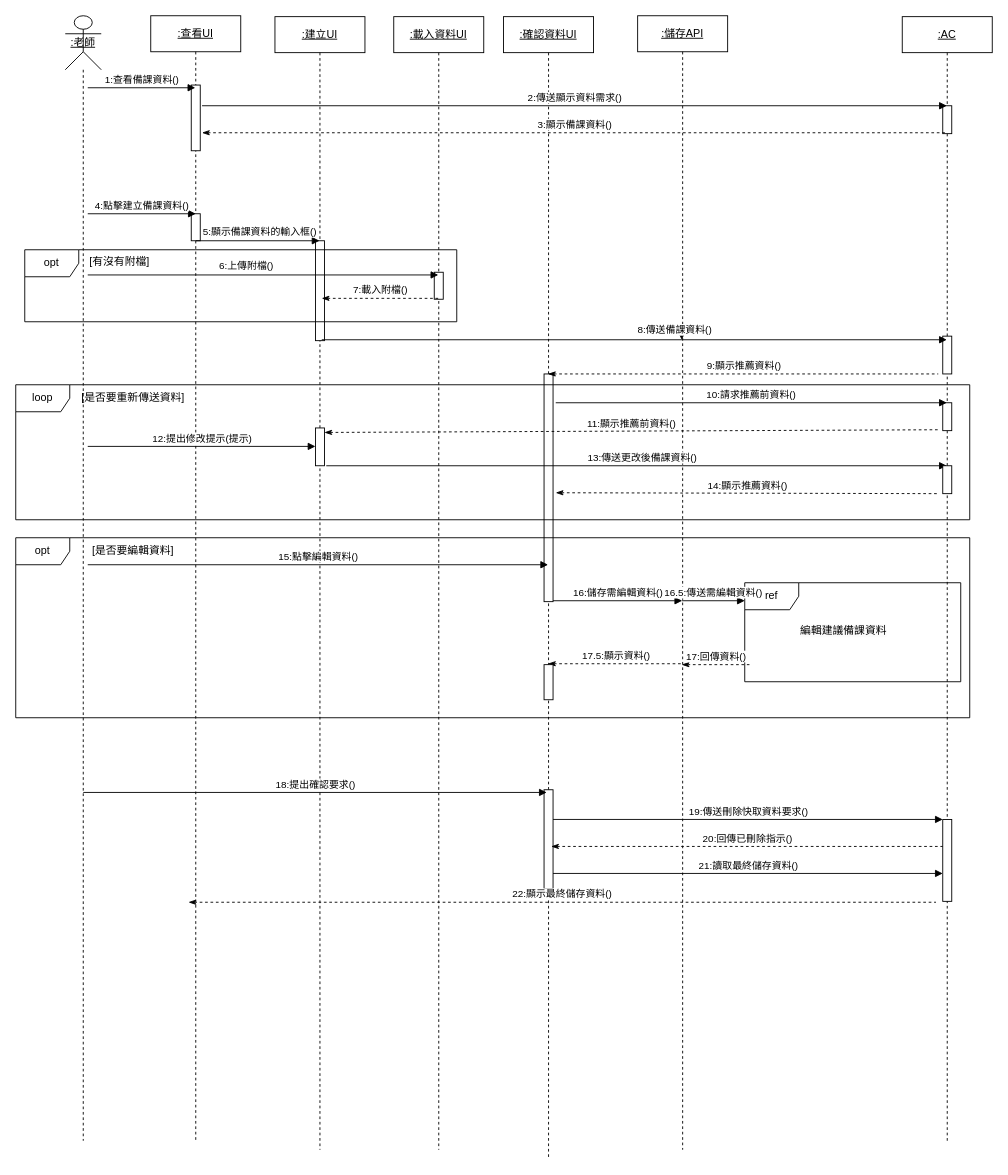
Before: 循序圖(建立備課資料-UI)-new.drawio in Kevincheng0804/System-analysis, a draw.io diagram. Source tidied: cells renumbered, new cells numbered last; positions are measured from the earlier drawing's top-left corner, leaving out a move shared by most shapes. Both pictures are drawn from the tidied source at 90%, with x=0, y=0 at pixel (15, 15).
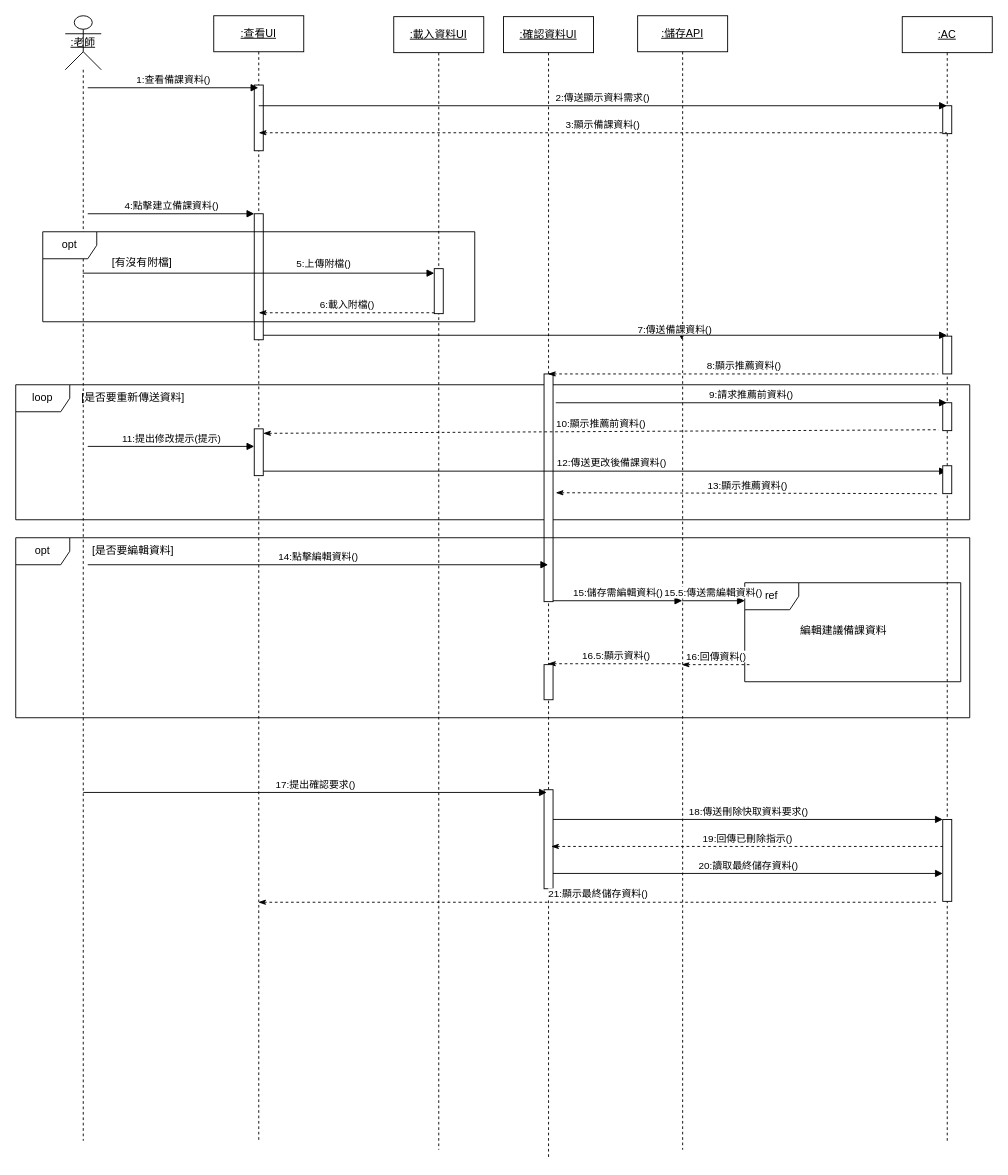
Above is the later version.

Unchanged cells that the change refers to:
```xml
<mxCell id="2" value="&lt;u&gt;:老師&lt;/u&gt;" style="shape=umlLifeline;perimeter=lifelinePerimeter;whiteSpace=wrap;html=1;outlineConnect=0;portConstraint=eastwest;newEdgeStyle={&quot;curved&quot;:0,&quot;rounded&quot;:0};participant=umlActor;size=60;" parent="1" vertex="1">
  <mxGeometry x="55" width="40" height="1250" as="geometry" />
</mxCell>
<mxCell id="8" value="&lt;u&gt;:確認資料UI&lt;/u&gt;" style="shape=umlLifeline;perimeter=lifelinePerimeter;whiteSpace=wrap;html=1;outlineConnect=0;portConstraint=eastwest;newEdgeStyle={&quot;curved&quot;:0,&quot;rounded&quot;:0};" parent="1" vertex="1">
  <mxGeometry x="542" y="1" width="100" height="1269" as="geometry" />
</mxCell>
<mxCell id="11" value="&lt;u&gt;:儲存API&lt;/u&gt;" style="shape=umlLifeline;perimeter=lifelinePerimeter;whiteSpace=wrap;html=1;outlineConnect=0;portConstraint=eastwest;newEdgeStyle={&quot;curved&quot;:0,&quot;rounded&quot;:0};" parent="1" vertex="1">
  <mxGeometry x="691" width="100" height="1260" as="geometry" />
</mxCell>
<mxCell id="12" value="&lt;u&gt;:AC&lt;/u&gt;" style="shape=umlLifeline;perimeter=lifelinePerimeter;whiteSpace=wrap;html=1;outlineConnect=0;portConstraint=eastwest;newEdgeStyle={&quot;curved&quot;:0,&quot;rounded&quot;:0};" parent="1" vertex="1">
  <mxGeometry x="985" y="1" width="100" height="1249" as="geometry" />
</mxCell>
<mxCell id="22" value="&lt;u&gt;:載入資料UI&lt;/u&gt;" style="shape=umlLifeline;perimeter=lifelinePerimeter;whiteSpace=wrap;html=1;outlineConnect=0;portConstraint=eastwest;newEdgeStyle={&quot;curved&quot;:0,&quot;rounded&quot;:0};" parent="1" vertex="1">
  <mxGeometry x="420" y="1" width="100" height="1259" as="geometry" />
</mxCell>
<mxCell id="29" style="html=1;verticalAlign=bottom;endArrow=block;curved=0;rounded=0;" parent="1" edge="1">
  <mxGeometry relative="1" as="geometry">
    <mxPoint x="740" y="356" as="sourcePoint" />
    <mxPoint x="740" y="360" as="targetPoint" />
  </mxGeometry>
</mxCell>
<mxCell id="48" style="html=1;points=[[0,0,0,0,5],[0,1,0,0,-5],[1,0,0,0,5],[1,1,0,0,-5]];perimeter=orthogonalPerimeter;outlineConnect=0;targetShapes=umlLifeline;portConstraint=eastwest;newEdgeStyle={&quot;curved&quot;:0,&quot;rounded&quot;:0};" parent="1" vertex="1">
  <mxGeometry x="1030" y="893" width="10" height="91" as="geometry" />
</mxCell>
```

The edit, as a diff of the source:
```diff
@@
+    <mxCell id="32" value="loop" style="shape=umlFrame;whiteSpace=wrap;html=1;" parent="1" vertex="1">
+      <mxGeometry y="410" width="1060" height="150" as="geometry" />
+    </mxCell>
@@
     <mxCell id="3" value="&lt;u&gt;:查看UI&lt;/u&gt;" style="shape=umlLifeline;perimeter=lifelinePerimeter;whiteSpace=wrap;html=1;outlineConnect=0;portConstraint=eastwest;newEdgeStyle={&quot;curved&quot;:0,&quot;rounded&quot;:0};" parent="1" vertex="1">
-      <mxGeometry x="150" width="100" height="1250" as="geometry" />
+      <mxGeometry x="220" width="100" height="1250" as="geometry" />
     </mxCell>
@@
     <mxCell id="5" style="html=1;points=[[0,0,0,0,5],[0,1,0,0,-5],[1,0,0,0,5],[1,1,0,0,-5]];perimeter=orthogonalPerimeter;outlineConnect=0;targetShapes=umlLifeline;portConstraint=eastwest;newEdgeStyle={&quot;curved&quot;:0,&quot;rounded&quot;:0};" parent="3" vertex="1">
-      <mxGeometry x="45" y="220" width="10" height="30" as="geometry" />
+      <mxGeometry x="45" y="220" width="10" height="140" as="geometry" />
     </mxCell>
-    <mxCell id="6" value="&lt;u&gt;:建立UI&lt;/u&gt;" style="shape=umlLifeline;perimeter=lifelinePerimeter;whiteSpace=wrap;html=1;newEdgeStyle={&quot;curved&quot;:0,&quot;rounded&quot;:0};" parent="1" vertex="1">
-      <mxGeometry x="288" y="1" width="100" height="1259" as="geometry" />
-    </mxCell>
-    <mxCell id="7" style="html=1;perimeter=orthogonalPerimeter;targetShapes=umlLifeline;newEdgeStyle={&quot;curved&quot;:0,&quot;rounded&quot;:0};" parent="6" vertex="1">
-      <mxGeometry x="45" y="249" width="10" height="111" as="geometry" />
-    </mxCell>
@@
     <mxCell id="17" value="2:傳送顯示資料需求()" style="html=1;verticalAlign=bottom;endArrow=block;curved=0;rounded=0;" parent="1" edge="1" target="12">
       <mxGeometry relative="1" as="geometry">
-        <mxPoint x="207" y="100" as="sourcePoint" />
+        <mxPoint x="270" y="100" as="sourcePoint" />
       </mxGeometry>
     </mxCell>
     <mxCell id="18" value="3:顯示備課資料()" style="html=1;verticalAlign=bottom;endArrow=none;curved=0;rounded=0;startArrow=classicThin;startFill=1;endFill=0;dashed=1;" parent="1" edge="1" target="12">
       <mxGeometry relative="1" as="geometry">
-        <mxPoint x="207" y="130" as="sourcePoint" />
+        <mxPoint x="270" y="130" as="sourcePoint" />
       </mxGeometry>
     </mxCell>
-    <mxCell id="19" value="4:點擊建立備課資料()" style="html=1;verticalAlign=bottom;endArrow=block;curved=0;rounded=0;" parent="1" edge="1">
+    <mxCell id="19" value="4:點擊建立備課資料()" style="html=1;verticalAlign=bottom;endArrow=block;curved=0;rounded=0;" parent="1" edge="1" target="5">
       <mxGeometry relative="1" as="geometry">
         <mxPoint x="80" y="220" as="sourcePoint" />
-        <mxPoint x="200" y="220" as="targetPoint" />
       </mxGeometry>
     </mxCell>
-    <mxCell id="20" style="html=1;verticalAlign=bottom;endArrow=block;curved=0;rounded=0;" parent="1" edge="1">
-      <mxGeometry relative="1" as="geometry">
-        <mxPoint x="200" y="250" as="sourcePoint" />
-        <mxPoint x="337.5" y="250" as="targetPoint" />
-      </mxGeometry>
-    </mxCell>
-    <mxCell id="21" value="5:顯示備課資料的輸入框()" style="edgeLabel;html=1;align=center;verticalAlign=middle;" parent="20" vertex="1">
-      <mxGeometry x="-0.24" y="1" relative="1" as="geometry">
-        <mxPoint x="18" y="-10" as="offset" />
-      </mxGeometry>
-    </mxCell>
@@
     <mxCell id="23" style="html=1;points=[[0,0,0,0,5],[0,1,0,0,-5],[1,0,0,0,5],[1,1,0,0,-5]];perimeter=orthogonalPerimeter;outlineConnect=0;targetShapes=umlLifeline;portConstraint=eastwest;newEdgeStyle={&quot;curved&quot;:0,&quot;rounded&quot;:0};" parent="22" vertex="1">
-      <mxGeometry x="45" y="284" width="10" height="30" as="geometry" />
+      <mxGeometry x="45" y="280" width="10" height="50" as="geometry" />
     </mxCell>
     <mxCell id="24" value="opt" style="shape=umlFrame;whiteSpace=wrap;html=1;" parent="1" vertex="1">
-      <mxGeometry x="10" y="260" width="480" height="80" as="geometry" />
+      <mxGeometry x="30" y="240" width="480" height="100" as="geometry" />
     </mxCell>
     <mxCell id="25" value="[有沒有附檔]" style="text;html=1;align=center;verticalAlign=middle;strokeColor=none;fillColor=none;" parent="1" vertex="1">
-      <mxGeometry x="70" y="258" width="90" height="30" as="geometry" />
+      <mxGeometry x="95" y="260" width="90" height="30" as="geometry" />
     </mxCell>
-    <mxCell id="26" value="&lt;div&gt;&lt;br&gt;&lt;/div&gt;&lt;div&gt;&lt;br&gt;&lt;/div&gt;" style="html=1;verticalAlign=bottom;endArrow=block;curved=0;rounded=0;" parent="1" edge="1" target="22">
-      <mxGeometry relative="1" as="geometry">
-        <mxPoint x="80" y="288" as="sourcePoint" />
-      </mxGeometry>
+    <mxCell id="26" value="&lt;div&gt;&lt;br&gt;&lt;/div&gt;&lt;div&gt;&lt;br&gt;&lt;/div&gt;" style="html=1;verticalAlign=bottom;endArrow=block;curved=0;rounded=0;entryX=0;entryY=0;entryDx=0;entryDy=5;entryPerimeter=0;" parent="1" edge="1" source="2" target="23">
+      <mxGeometry relative="1" as="geometry" />
     </mxCell>
-    <mxCell id="27" value="6:上傳附檔()" style="edgeLabel;html=1;align=center;verticalAlign=middle;" parent="26" vertex="1">
+    <mxCell id="27" value="5:上傳附檔()" style="edgeLabel;html=1;align=center;verticalAlign=middle;" parent="26" vertex="1">
       <mxGeometry x="-0.1" y="3" relative="1" as="geometry">
-        <mxPoint y="-8" as="offset" />
+        <mxPoint x="91" y="-8" as="offset" />
       </mxGeometry>
     </mxCell>
-    <mxCell id="28" value="7:載入附檔()" style="html=1;verticalAlign=bottom;endArrow=none;curved=0;rounded=0;startArrow=classicThin;startFill=1;endFill=0;dashed=1;" parent="1" edge="1">
-      <mxGeometry relative="1" as="geometry">
-        <mxPoint x="340" y="314" as="sourcePoint" />
-        <mxPoint x="470" y="314" as="targetPoint" />
-      </mxGeometry>
-    </mxCell>
@@
-    <mxCell id="30" value="8:傳送備課資料()" style="edgeLabel;html=1;align=center;verticalAlign=middle;" parent="29" vertex="1">
+    <mxCell id="30" value="7:傳送備課資料()" style="edgeLabel;html=1;align=center;verticalAlign=middle;" parent="29" vertex="1">
       <mxGeometry x="0.04" relative="1" as="geometry">
         <mxPoint x="-9" y="-10" as="offset" />
       </mxGeometry>
     </mxCell>
-    <mxCell id="31" value="9:顯示推薦資料()" style="html=1;verticalAlign=bottom;endArrow=none;curved=0;rounded=0;startArrow=classicThin;startFill=1;endFill=0;dashed=1;" parent="1" edge="1" source="8">
+    <mxCell id="31" value="8:顯示推薦資料()" style="html=1;verticalAlign=bottom;endArrow=none;curved=0;rounded=0;startArrow=classicThin;startFill=1;endFill=0;dashed=1;" parent="1" edge="1" source="8">
       <mxGeometry relative="1" as="geometry">
         <mxPoint x="1025" y="398" as="targetPoint" />
       </mxGeometry>
     </mxCell>
-    <mxCell id="32" value="loop" style="shape=umlFrame;whiteSpace=wrap;html=1;" parent="1" vertex="1">
-      <mxGeometry y="410" width="1060" height="150" as="geometry" />
-    </mxCell>
-    <mxCell id="33" value="10:請求推薦前資料()" style="html=1;verticalAlign=bottom;endArrow=block;curved=0;rounded=0;" parent="1" edge="1" target="12">
+    <mxCell id="33" value="9:請求推薦前資料()" style="html=1;verticalAlign=bottom;endArrow=block;curved=0;rounded=0;" parent="1" edge="1" target="12">
       <mxGeometry relative="1" as="geometry">
         <mxPoint x="600" y="430" as="sourcePoint" />
       </mxGeometry>
     </mxCell>
-    <mxCell id="34" value="11:顯示推薦前資料()" style="html=1;verticalAlign=bottom;endArrow=none;curved=0;rounded=0;startArrow=classicThin;startFill=1;endFill=0;dashed=1;exitX=1;exitY=0;exitDx=0;exitDy=5;exitPerimeter=0;" parent="1" edge="1" source="35">
+    <mxCell id="34" value="10:顯示推薦前資料()" style="html=1;verticalAlign=bottom;endArrow=none;curved=0;rounded=0;startArrow=classicThin;startFill=1;endFill=0;dashed=1;exitX=1;exitY=0;exitDx=0;exitDy=5;exitPerimeter=0;" parent="1" edge="1" source="35">
       <mxGeometry relative="1" as="geometry">
         <mxPoint x="1025.5" y="460" as="targetPoint" />
       </mxGeometry>
     </mxCell>
     <mxCell id="35" style="html=1;points=[[0,0,0,0,5],[0,1,0,0,-5],[1,0,0,0,5],[1,1,0,0,-5]];perimeter=orthogonalPerimeter;outlineConnect=0;targetShapes=umlLifeline;portConstraint=eastwest;newEdgeStyle={&quot;curved&quot;:0,&quot;rounded&quot;:0};" parent="1" vertex="1">
-      <mxGeometry x="333" y="458" width="10" height="42" as="geometry" />
+      <mxGeometry x="265" y="459" width="10" height="52" as="geometry" />
     </mxCell>
-    <mxCell id="36" style="html=1;verticalAlign=bottom;endArrow=block;curved=0;rounded=0;" parent="1" edge="1" target="12">
-      <mxGeometry relative="1" as="geometry">
-        <mxPoint x="345" y="500" as="sourcePoint" />
-      </mxGeometry>
+    <mxCell id="36" style="html=1;verticalAlign=bottom;endArrow=block;curved=0;rounded=0;exitX=1;exitY=1;exitDx=0;exitDy=-5;exitPerimeter=0;" parent="1" edge="1" source="35" target="12">
+      <mxGeometry relative="1" as="geometry" />
     </mxCell>
-    <mxCell id="37" value="13:傳送更改後備課資料()" style="edgeLabel;html=1;align=center;verticalAlign=middle;" parent="36" vertex="1">
+    <mxCell id="37" value="12:傳送更改後備課資料()" style="edgeLabel;html=1;align=center;verticalAlign=middle;" parent="36" vertex="1">
       <mxGeometry x="0.04" relative="1" as="geometry">
         <mxPoint x="-9" y="-10" as="offset" />
       </mxGeometry>
     </mxCell>
@@
-    <mxCell id="39" value="12:提出修改提示(提示)" style="html=1;verticalAlign=bottom;endArrow=block;curved=0;rounded=0;" parent="1" edge="1" target="35">
+    <mxCell id="39" value="11:提出修改提示(提示)" style="html=1;verticalAlign=bottom;endArrow=block;curved=0;rounded=0;" parent="1" edge="1" target="35">
       <mxGeometry relative="1" as="geometry">
         <mxPoint x="80" y="478.5" as="sourcePoint" />
       </mxGeometry>
     </mxCell>
@@
-    <mxCell id="41" value="14:顯示推薦資料()" style="html=1;verticalAlign=bottom;endArrow=none;curved=0;rounded=0;startArrow=classicThin;startFill=1;endFill=0;dashed=1;" parent="1" edge="1">
+    <mxCell id="41" value="13:顯示推薦資料()" style="html=1;verticalAlign=bottom;endArrow=none;curved=0;rounded=0;startArrow=classicThin;startFill=1;endFill=0;dashed=1;" parent="1" edge="1">
       <mxGeometry relative="1" as="geometry">
         <mxPoint x="600" y="530" as="sourcePoint" />
         <mxPoint x="1025.5" y="531" as="targetPoint" />
       </mxGeometry>
     </mxCell>
@@
-    <mxCell id="44" style="html=1;verticalAlign=bottom;endArrow=block;curved=0;rounded=0;" parent="1" edge="1" target="12">
-      <mxGeometry relative="1" as="geometry">
-        <mxPoint x="340" y="360" as="sourcePoint" />
-      </mxGeometry>
+    <mxCell id="44" style="html=1;verticalAlign=bottom;endArrow=block;curved=0;rounded=0;exitX=1;exitY=1;exitDx=0;exitDy=-5;exitPerimeter=0;" parent="1" edge="1" source="5" target="12">
+      <mxGeometry relative="1" as="geometry" />
     </mxCell>
-    <mxCell id="45" value="15:點擊編輯資料()" style="html=1;verticalAlign=bottom;endArrow=block;curved=0;rounded=0;" parent="1" edge="1">
+    <mxCell id="45" value="14:點擊編輯資料()" style="html=1;verticalAlign=bottom;endArrow=block;curved=0;rounded=0;" parent="1" edge="1">
       <mxGeometry relative="1" as="geometry">
         <mxPoint x="80" y="610" as="sourcePoint" />
         <mxPoint x="591.5" y="610" as="targetPoint" />
       </mxGeometry>
     </mxCell>
-    <mxCell id="46" value="17.5:顯示資料()" style="html=1;verticalAlign=bottom;endArrow=none;curved=0;rounded=0;startArrow=classicThin;startFill=1;endFill=0;dashed=1;" parent="1" edge="1" target="11">
+    <mxCell id="46" value="16.5:顯示資料()" style="html=1;verticalAlign=bottom;endArrow=none;curved=0;rounded=0;startArrow=classicThin;startFill=1;endFill=0;dashed=1;" parent="1" edge="1" target="11">
       <mxGeometry relative="1" as="geometry">
         <mxPoint x="591.5" y="720" as="sourcePoint" />
       </mxGeometry>
     </mxCell>
@@
-    <mxCell id="49" value="16:儲存需編輯資料()" style="html=1;verticalAlign=bottom;endArrow=block;curved=0;rounded=0;" parent="1" edge="1" target="11">
+    <mxCell id="49" value="15:儲存需編輯資料()" style="html=1;verticalAlign=bottom;endArrow=block;curved=0;rounded=0;" parent="1" edge="1" target="11">
       <mxGeometry relative="1" as="geometry">
         <mxPoint x="597" y="650" as="sourcePoint" />
       </mxGeometry>
     </mxCell>
-    <mxCell id="50" value="20:回傳已刪除指示()" style="html=1;verticalAlign=bottom;endArrow=none;curved=0;rounded=0;startArrow=classicThin;startFill=1;endFill=0;dashed=1;" parent="1" edge="1">
+    <mxCell id="50" value="19:回傳已刪除指示()" style="html=1;verticalAlign=bottom;endArrow=none;curved=0;rounded=0;startArrow=classicThin;startFill=1;endFill=0;dashed=1;" parent="1" edge="1">
       <mxGeometry relative="1" as="geometry">
         <mxPoint x="595" y="923" as="sourcePoint" />
         <mxPoint x="1030" y="923" as="targetPoint" />
       </mxGeometry>
     </mxCell>
@@
-    <mxCell id="53" value="16.5:傳送需編輯資料()" style="html=1;verticalAlign=bottom;endArrow=block;curved=0;rounded=0;" parent="1" edge="1">
+    <mxCell id="53" value="15.5:傳送需編輯資料()" style="html=1;verticalAlign=bottom;endArrow=block;curved=0;rounded=0;" parent="1" edge="1">
       <mxGeometry relative="1" as="geometry">
         <mxPoint x="740" y="650" as="sourcePoint" />
         <mxPoint x="810" y="650" as="targetPoint" />
       </mxGeometry>
     </mxCell>
-    <mxCell id="54" value="17:回傳資料()" style="html=1;verticalAlign=bottom;endArrow=none;curved=0;rounded=0;startArrow=classicThin;startFill=1;endFill=0;dashed=1;" parent="1" edge="1">
+    <mxCell id="54" value="16:回傳資料()" style="html=1;verticalAlign=bottom;endArrow=none;curved=0;rounded=0;startArrow=classicThin;startFill=1;endFill=0;dashed=1;" parent="1" edge="1">
       <mxGeometry relative="1" as="geometry">
         <mxPoint x="740" y="721" as="sourcePoint" />
         <mxPoint x="815.2" y="721" as="targetPoint" />
       </mxGeometry>
     </mxCell>
-    <mxCell id="55" value="18:提出確認要求()" style="html=1;verticalAlign=bottom;endArrow=block;curved=0;rounded=0;" parent="1" edge="1">
+    <mxCell id="55" value="17:提出確認要求()" style="html=1;verticalAlign=bottom;endArrow=block;curved=0;rounded=0;" parent="1" edge="1">
       <mxGeometry relative="1" as="geometry">
         <mxPoint x="75" y="863" as="sourcePoint" />
         <mxPoint x="590" y="863" as="targetPoint" />
       </mxGeometry>
     </mxCell>
-    <mxCell id="56" value="22:顯示最終儲存資料()" style="html=1;verticalAlign=bottom;endArrow=none;curved=0;rounded=0;startArrow=classicThin;startFill=1;endFill=0;dashed=1;" parent="1" edge="1">
+    <mxCell id="56" value="21:顯示最終儲存資料()" style="html=1;verticalAlign=bottom;endArrow=none;curved=0;rounded=0;startArrow=classicThin;startFill=1;endFill=0;dashed=1;" parent="1" edge="1" source="3">
       <mxGeometry relative="1" as="geometry">
-        <mxPoint x="192" y="985" as="sourcePoint" />
         <mxPoint x="1022.5" y="985" as="targetPoint" />
       </mxGeometry>
     </mxCell>
-    <mxCell id="57" value="21:讀取最終儲存資料()" style="html=1;verticalAlign=bottom;endArrow=block;curved=0;rounded=0;" parent="1" edge="1" target="48">
+    <mxCell id="57" value="20:讀取最終儲存資料()" style="html=1;verticalAlign=bottom;endArrow=block;curved=0;rounded=0;" parent="1" edge="1" target="48">
       <mxGeometry relative="1" as="geometry">
         <mxPoint x="597" y="953" as="sourcePoint" />
       </mxGeometry>
     </mxCell>
-    <mxCell id="58" value="19:傳送刪除快取資料要求()" style="html=1;verticalAlign=bottom;endArrow=block;curved=0;rounded=0;" parent="1" edge="1">
+    <mxCell id="58" value="18:傳送刪除快取資料要求()" style="html=1;verticalAlign=bottom;endArrow=block;curved=0;rounded=0;" parent="1" edge="1">
       <mxGeometry relative="1" as="geometry">
         <mxPoint x="597" y="893" as="sourcePoint" />
         <mxPoint x="1030" y="893" as="targetPoint" />
       </mxGeometry>
     </mxCell>
+    <mxCell id="59" value="6:載入附檔()" style="html=1;verticalAlign=bottom;endArrow=none;curved=0;rounded=0;startArrow=classicThin;startFill=1;endFill=0;dashed=1;" parent="1" edge="1" target="23">
+      <mxGeometry relative="1" as="geometry">
+        <mxPoint x="270" y="330" as="sourcePoint" />
+      </mxGeometry>
+    </mxCell>
```
